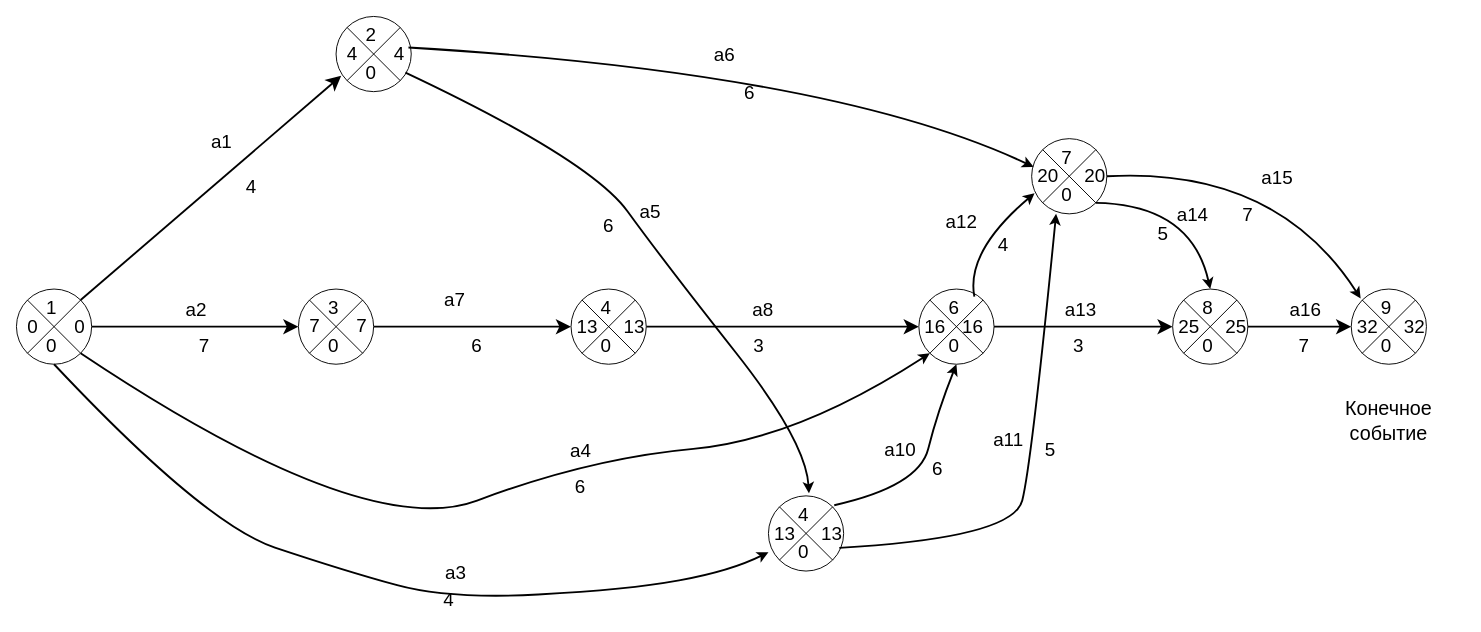
This is Диаграмма без названия.drawio from Timzmei/Timzmei, a draw.io file, before an edit. Source tidied: cells renumbered, new cells numbered last; positions are measured from the earlier drawing's top-left corner, leaving out a move shared by most shapes. Both pictures are drawn from the tidied source at 94%, with x=0, y=0 at pixel (16, 16).
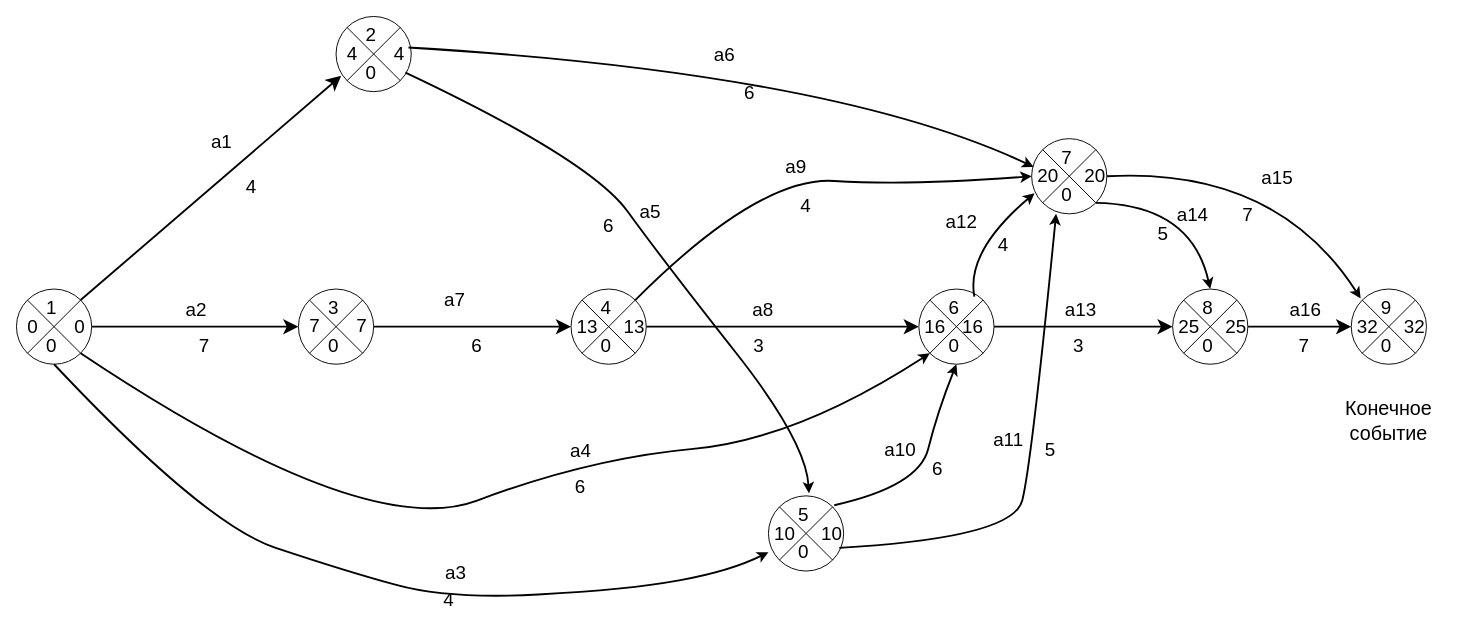
After the change.

Unchanged cells that the change refers to:
```xml
<mxCell id="33" style="shape=sumEllipse;perimeter=ellipsePerimeter;whiteSpace=wrap;html=1;backgroundOutline=1;" parent="32" vertex="1">
  <mxGeometry width="80" height="80" as="geometry" />
</mxCell>
<mxCell id="47" style="group;" parent="1" vertex="1">
  <mxGeometry x="800" y="510" width="80" height="80" as="geometry" />
</mxCell>
<mxCell id="60" style="shape=sumEllipse;perimeter=ellipsePerimeter;whiteSpace=wrap;html=1;backgroundOutline=1;" parent="59" vertex="1">
  <mxGeometry width="80" height="80" as="geometry" />
</mxCell>
```

The edit, as a diff of the source:
```diff
@@
-    <mxCell id="49" value="4" style="text;html=1;align=center;verticalAlign=middle;labelBackgroundColor=none;fontSize=20;" parent="47" vertex="1">
+    <mxCell id="49" value="5" style="text;html=1;align=center;verticalAlign=middle;labelBackgroundColor=none;fontSize=20;" parent="47" vertex="1">
       <mxGeometry x="50" y="30" as="geometry">
         <mxPoint x="-14" y="-12" as="offset" />
       </mxGeometry>
     </mxCell>
-    <mxCell id="50" value="13" style="text;html=1;align=center;verticalAlign=middle;labelBackgroundColor=none;fontSize=20;" parent="47" vertex="1">
+    <mxCell id="50" value="10" style="text;html=1;align=center;verticalAlign=middle;labelBackgroundColor=none;fontSize=20;" parent="47" vertex="1">
       <mxGeometry x="30" y="50" as="geometry">
         <mxPoint x="-14" y="-12" as="offset" />
       </mxGeometry>
     </mxCell>
-    <mxCell id="51" value="13" style="text;html=1;align=center;verticalAlign=middle;labelBackgroundColor=none;fontSize=20;" parent="47" vertex="1">
+    <mxCell id="51" value="10" style="text;html=1;align=center;verticalAlign=middle;labelBackgroundColor=none;fontSize=20;" parent="47" vertex="1">
       <mxGeometry x="80" y="50" as="geometry">
         <mxPoint x="-14" y="-12" as="offset" />
       </mxGeometry>
     </mxCell>
@@
+    <mxCell id="101" style="curved=1;endArrow=classic;html=1;rounded=0;entryX=0;entryY=0.5;entryDx=0;entryDy=0;strokeWidth=2;exitX=1;exitY=0;exitDx=0;exitDy=0;" parent="1" edge="1" source="33" target="60">
+      <mxGeometry relative="1" as="geometry">
+        <Array as="points">
+          <mxPoint x="790" y="170" />
+          <mxPoint x="950" y="180" />
+        </Array>
+      </mxGeometry>
+    </mxCell>
+    <mxCell id="102" value="а9" style="edgeLabel;html=1;align=center;verticalAlign=middle;fontSize=20;" parent="101" vertex="1">
+      <mxGeometry x="0.05" y="2" relative="1" as="geometry">
+        <mxPoint x="-25" y="-13" as="offset" />
+      </mxGeometry>
+    </mxCell>
+    <mxCell id="103" value="4" style="text;html=1;strokeColor=none;fillColor=none;align=center;verticalAlign=middle;whiteSpace=wrap;rounded=0;shadow=1;labelBackgroundColor=none;fontSize=20;" parent="1" vertex="1">
+      <mxGeometry x="820" y="190" width="40" height="20" as="geometry" />
+    </mxCell>
```
